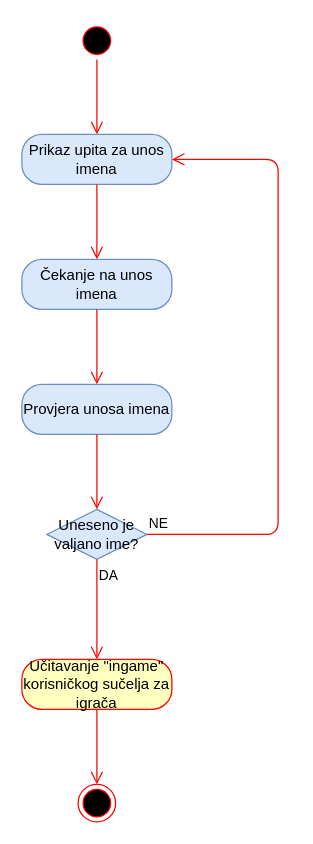
This is page "Activity: Unos igrača" (3 of 10) of Dijagram.drawio from TheRealJoci/Tressette-Terminal-Card-Game, a draw.io file, before an edit. Source tidied: cells renumbered, new cells numbered last; positions are measured from the earlier drawing's top-left corner, leaving out a move shared by most shapes. Both pictures are drawn from the tidied source at 125%, with x=0, y=0 at pixel (21, 21).
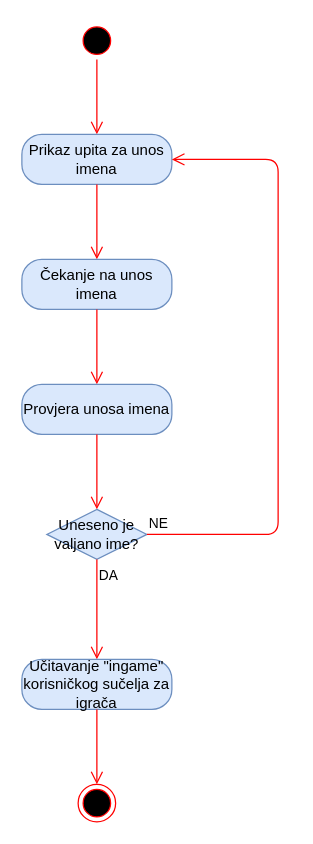
After the change.

What changed in the source:
```diff
@@
-    <mxCell id="14" value="Učitavanje &quot;ingame&quot; korisničkog sučelja za igrača" style="rounded=1;whiteSpace=wrap;html=1;arcSize=40;fontColor=#000000;fillColor=#ffffc0;strokeColor=#ff0000;" parent="1" vertex="1">
+    <mxCell id="14" value="Učitavanje &quot;ingame&quot; korisničkog sučelja za igrača" style="rounded=1;whiteSpace=wrap;html=1;arcSize=40;fillColor=#dae8fc;strokeColor=#6c8ebf;" parent="1" vertex="1">
       <mxGeometry y="510" width="120" height="40" as="geometry" />
     </mxCell>
```
